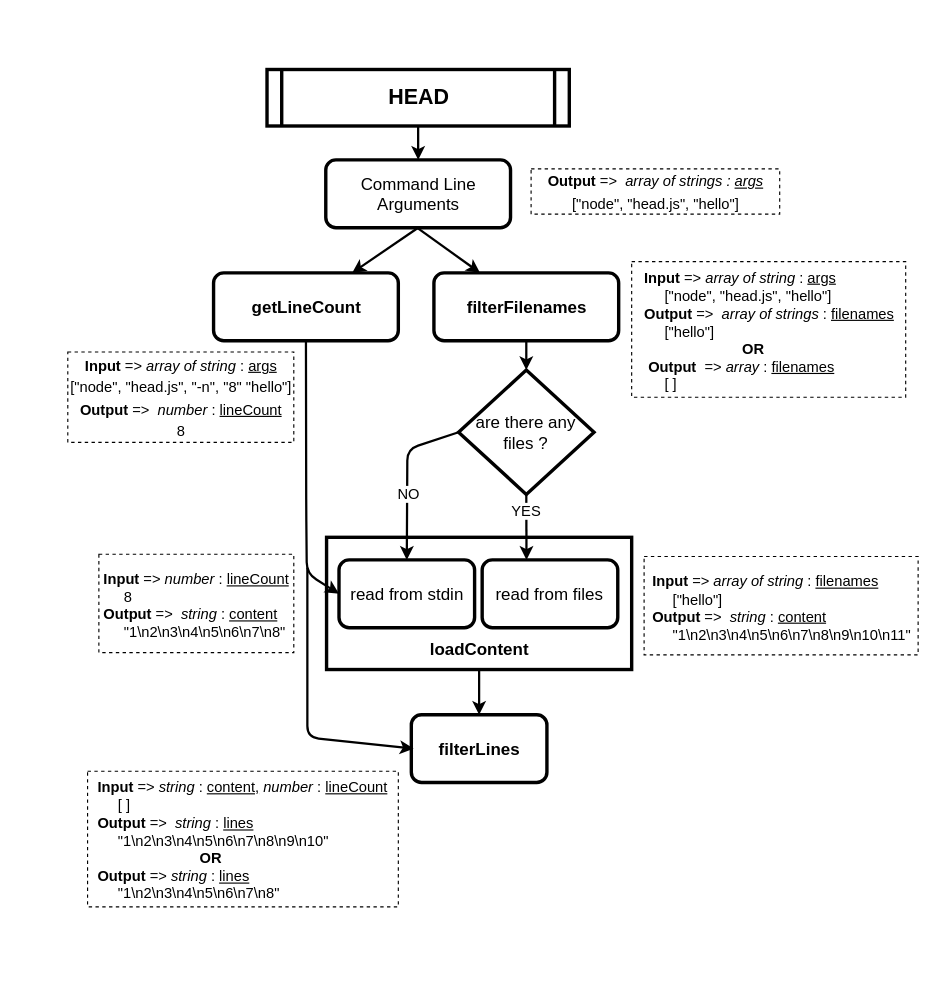
step-batch-7/jsTools-sukhiboi keeps this draw.io diagram as doc/head.drawio. Above is the earlier version. Source tidied: cells renumbered, new cells numbered last; positions are measured from the earlier drawing's top-left corner, leaving out a move shared by most shapes. Both pictures are drawn from the tidied source at 113%, with x=0, y=0 at pixel (67, 69).
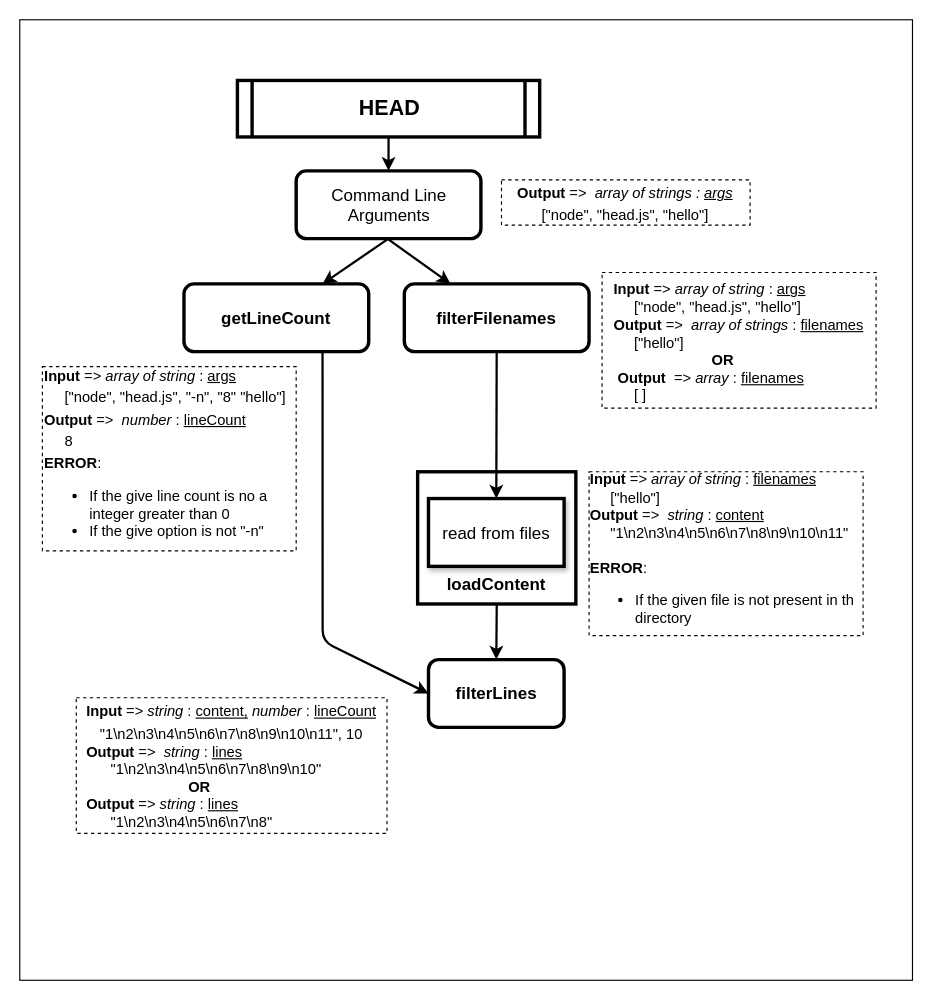
The same diagram, later.

What changed in the source:
```diff
@@
+    <mxCell id="29" style="rounded=0;whiteSpace=wrap;html=1;" parent="1" vertex="1">
+      <mxGeometry x="-42" y="-44" width="790" height="850" as="geometry" />
+    </mxCell>
     <mxCell id="2" value="HEAD" style="shape=process;whiteSpace=wrap;align=center;verticalAlign=middle;size=0.0475;fontStyle=1;strokeWidth=3;fillColor=#FFFFFF;fontSize=19;labelBorderColor=none;" parent="1" vertex="1">
-      <mxGeometry x="176.8" width="267.5" height="50" as="geometry" />
+      <mxGeometry x="150.6" y="9.7" width="267.5" height="50" as="geometry" />
     </mxCell>
@@
     <mxCell id="4" value="Command Line Arguments" style="rounded=1;whiteSpace=wrap;html=1;strokeWidth=3;fontSize=15;" parent="1" vertex="1">
-      <mxGeometry x="228.8" y="80" width="163.5" height="60" as="geometry" />
+      <mxGeometry x="202.6" y="89.7" width="163.5" height="60" as="geometry" />
     </mxCell>
     <mxCell id="5" value="&lt;b&gt;filterFilenames&lt;/b&gt;" style="rounded=1;whiteSpace=wrap;html=1;strokeWidth=3;fontSize=15;" parent="1" vertex="1">
-      <mxGeometry x="324.5" y="180" width="163.5" height="60" as="geometry" />
+      <mxGeometry x="298.3" y="189.7" width="163.5" height="60" as="geometry" />
     </mxCell>
     <mxCell id="6" value="&lt;b&gt;getLineCount&lt;/b&gt;" style="rounded=1;whiteSpace=wrap;html=1;strokeWidth=3;fontSize=15;" parent="1" vertex="1">
-      <mxGeometry x="129.5" y="180" width="163.5" height="60" as="geometry" />
+      <mxGeometry x="103.3" y="189.7" width="163.5" height="60" as="geometry" />
     </mxCell>
@@
     <mxCell id="8" style="endArrow=classic;html=1;fontSize=15;entryX=0.25;entryY=0;entryDx=0;entryDy=0;strokeWidth=2;" parent="1" edge="1" target="5">
       <mxGeometry relative="1" as="geometry">
-        <mxPoint x="309.5" y="140" as="sourcePoint" />
+        <mxPoint x="283.3" y="149.7" as="sourcePoint" />
       </mxGeometry>
     </mxCell>
-    <mxCell id="9" value="are there any files ?" style="rhombus;whiteSpace=wrap;html=1;strokeWidth=3;fontSize=15;" parent="1" vertex="1">
-      <mxGeometry x="346.3" y="266" width="119.9" height="110" as="geometry" />
-    </mxCell>
-    <mxCell id="10" style="endArrow=classic;html=1;fontSize=15;exitX=0.5;exitY=1;exitDx=0;exitDy=0;entryX=0.5;entryY=0;entryDx=0;entryDy=0;strokeWidth=2;" parent="1" edge="1" source="5" target="9">
-      <mxGeometry relative="1" as="geometry" />
-    </mxCell>
     <mxCell id="11" style="rounded=0;whiteSpace=wrap;html=1;strokeWidth=3;fontSize=15;" parent="1" vertex="1">
-      <mxGeometry x="229.5" y="414" width="270" height="117" as="geometry" />
+      <mxGeometry x="310.1" y="356" width="140" height="117" as="geometry" />
     </mxCell>
-    <mxCell id="12" value="read from stdin" style="rounded=1;whiteSpace=wrap;html=1;strokeWidth=3;fontSize=15;" parent="1" vertex="1">
-      <mxGeometry x="240.5" y="434" width="120" height="60" as="geometry" />
-    </mxCell>
-    <mxCell id="13" value="read from files" style="rounded=1;whiteSpace=wrap;html=1;strokeWidth=3;fontSize=15;" parent="1" vertex="1">
-      <mxGeometry x="367.2" y="434" width="120" height="60" as="geometry" />
+    <mxCell id="13" value="read from files" style="rounded=0;whiteSpace=wrap;html=1;strokeWidth=3;fontSize=15;glass=0;shadow=1;comic=0;" parent="1" vertex="1">
+      <mxGeometry x="319.7" y="379.7" width="120" height="60" as="geometry" />
     </mxCell>
-    <mxCell id="14" style="endArrow=classic;html=1;fontSize=15;exitX=0.5;exitY=1;exitDx=0;exitDy=0;entryX=0.327;entryY=0;entryDx=0;entryDy=0;entryPerimeter=0;strokeWidth=2;" parent="1" edge="1" source="9" target="13">
-      <mxGeometry relative="1" as="geometry" />
-    </mxCell>
-    <mxCell id="15" value="YES" style="text;html=1;align=center;verticalAlign=middle;labelBackgroundColor=#ffffff;fontSize=13;" parent="14" vertex="1">
-      <mxGeometry x="0.14" y="-1" relative="1" as="geometry">
-        <mxPoint y="-19" as="offset" />
-      </mxGeometry>
-    </mxCell>
-    <mxCell id="16" style="endArrow=classic;html=1;fontSize=15;exitX=0;exitY=0.5;exitDx=0;exitDy=0;entryX=0.5;entryY=0;entryDx=0;entryDy=0;strokeWidth=2;" parent="1" edge="1" source="9" target="12">
-      <mxGeometry relative="1" as="geometry">
-        <Array as="points">
-          <mxPoint x="301" y="336" />
-        </Array>
-      </mxGeometry>
-    </mxCell>
-    <mxCell id="17" value="NO" style="text;html=1;align=center;verticalAlign=middle;labelBackgroundColor=#ffffff;fontSize=13;" parent="16" vertex="1">
-      <mxGeometry x="0.22" y="1" relative="1" as="geometry">
-        <mxPoint y="-2" as="offset" />
-      </mxGeometry>
-    </mxCell>
-    <mxCell id="18" style="endArrow=classic;html=1;fontSize=15;exitX=0.5;exitY=1;exitDx=0;exitDy=0;entryX=0;entryY=0.5;entryDx=0;entryDy=0;strokeWidth=2;" parent="1" edge="1" source="6" target="12">
-      <mxGeometry relative="1" as="geometry">
-        <Array as="points">
-          <mxPoint x="211.5" y="390" />
-          <mxPoint x="212" y="446" />
-        </Array>
-      </mxGeometry>
-    </mxCell>
     <mxCell id="19" value="&lt;b&gt;filterLines&lt;/b&gt;" style="rounded=1;whiteSpace=wrap;html=1;strokeWidth=3;fontSize=15;" parent="1" vertex="1">
-      <mxGeometry x="304.5" y="571" width="120" height="60" as="geometry" />
+      <mxGeometry x="319.7" y="522.2" width="120" height="60" as="geometry" />
     </mxCell>
     <mxCell id="20" value="&lt;b&gt;&lt;font style=&quot;font-size: 15px&quot;&gt;loadContent&lt;/font&gt;&lt;/b&gt;" style="text;html=1;strokeColor=none;fillColor=none;align=center;verticalAlign=middle;whiteSpace=wrap;rounded=0;fontSize=16;" parent="1" vertex="1">
-      <mxGeometry x="344.5" y="503" width="40" height="20" as="geometry" />
+      <mxGeometry x="359.7" y="445" width="40" height="20" as="geometry" />
     </mxCell>
@@
     <mxCell id="22" value="&lt;font style=&quot;font-size: 13px&quot;&gt;&lt;b&gt;Output&lt;/b&gt; =&amp;gt;&amp;nbsp;&lt;i&gt; array of strings : &lt;u&gt;args&lt;/u&gt;&lt;/i&gt;&lt;br&gt;[&quot;node&quot;, &quot;head.js&quot;, &quot;hello&quot;]&lt;/font&gt;" style="text;html=1;strokeColor=#000000;fillColor=none;align=center;verticalAlign=middle;whiteSpace=wrap;rounded=0;fontSize=16;dashed=1;" parent="1" vertex="1">
-      <mxGeometry x="410.5" y="88" width="220" height="40" as="geometry" />
+      <mxGeometry x="384.3" y="97.7" width="220" height="40" as="geometry" />
     </mxCell>
     <mxCell id="23" value="&lt;div style=&quot;text-align: left&quot;&gt;&lt;b style=&quot;font-size: 13px&quot;&gt;Input&lt;/b&gt;&lt;span style=&quot;font-size: 13px&quot;&gt; =&amp;gt;&lt;/span&gt;&lt;i style=&quot;font-size: 13px&quot;&gt; array of string &lt;/i&gt;&lt;span style=&quot;font-size: 13px&quot;&gt;: &lt;u&gt;args&lt;/u&gt;&lt;/span&gt;&lt;/div&gt;&lt;font style=&quot;font-size: 13px&quot;&gt;&lt;div style=&quot;text-align: left&quot;&gt;&lt;span&gt;&amp;nbsp; &amp;nbsp; &amp;nbsp;[&quot;node&quot;, &quot;head.js&quot;, &quot;hello&quot;]&lt;/span&gt;&lt;/div&gt;&lt;span style=&quot;white-space: normal&quot;&gt;&lt;div style=&quot;text-align: left&quot;&gt;&lt;b&gt;Output&lt;/b&gt;&lt;span&gt; =&amp;gt;&amp;nbsp; &lt;/span&gt;&lt;i&gt;array of strings &lt;/i&gt;:&lt;i&gt;&amp;nbsp;&lt;/i&gt;&lt;u&gt;filenames&lt;/u&gt;&lt;/div&gt;&lt;div style=&quot;text-align: left&quot;&gt;&lt;span&gt;&lt;i&gt;&amp;nbsp; &amp;nbsp; &amp;nbsp;&lt;/i&gt;[&quot;hello&quot;]&lt;/span&gt;&lt;/div&gt;&lt;/span&gt;&lt;span style=&quot;white-space: normal&quot;&gt;&lt;div style=&quot;text-align: left&quot;&gt;&amp;nbsp; &amp;nbsp; &amp;nbsp; &amp;nbsp; &amp;nbsp; &amp;nbsp; &amp;nbsp; &amp;nbsp; &amp;nbsp; &amp;nbsp; &amp;nbsp; &amp;nbsp; &lt;b&gt;OR&lt;/b&gt;&lt;/div&gt;&lt;div style=&quot;text-align: left&quot;&gt;&amp;nbsp;&lt;b&gt;Output&lt;/b&gt;&amp;nbsp; =&amp;gt; &lt;i&gt;array &lt;/i&gt;: &lt;u&gt;filenames&lt;/u&gt;&lt;/div&gt;&lt;/span&gt;&lt;div style=&quot;text-align: left&quot;&gt;&lt;span&gt;&amp;nbsp; &amp;nbsp; &amp;nbsp;[ ]&lt;/span&gt;&lt;/div&gt;&lt;/font&gt;" style="rounded=0;whiteSpace=wrap;html=1;dashed=1;strokeColor=#000000;strokeWidth=1;fillColor=none;fontSize=16;" parent="1" vertex="1">
-      <mxGeometry x="499.5" y="170" width="242.5" height="120" as="geometry" />
+      <mxGeometry x="473.3" y="179.7" width="242.5" height="120" as="geometry" />
     </mxCell>
-    <mxCell id="24" value="&lt;font style=&quot;font-size: 13px&quot;&gt;&lt;span style=&quot;text-align: left ; white-space: normal&quot;&gt;&lt;b&gt;Input&lt;/b&gt; =&amp;gt; &lt;i&gt;array of string&lt;/i&gt; : &lt;u&gt;args&lt;/u&gt;&lt;/span&gt;&lt;br style=&quot;text-align: left ; white-space: normal&quot;&gt;&lt;span style=&quot;text-align: left ; white-space: normal&quot;&gt;[&quot;node&quot;, &quot;head.js&quot;, &quot;-n&quot;, &quot;8&quot; &quot;hello&quot;]&lt;/span&gt;&lt;br style=&quot;text-align: left ; white-space: normal&quot;&gt;&lt;span style=&quot;white-space: normal&quot;&gt;&lt;b&gt;Output&lt;/b&gt; =&amp;gt;&amp;nbsp; &lt;i&gt;number&lt;/i&gt; : &lt;u&gt;lineCount&lt;/u&gt;&lt;/span&gt;&lt;br style=&quot;white-space: normal&quot;&gt;8&lt;/font&gt;" style="rounded=0;whiteSpace=wrap;html=1;dashed=1;strokeColor=#000000;strokeWidth=1;fillColor=none;fontSize=16;" parent="1" vertex="1">
-      <mxGeometry x="0.5" y="250" width="200" height="80" as="geometry" />
+    <mxCell id="24" value="&lt;font style=&quot;font-size: 13px&quot;&gt;&lt;span style=&quot;white-space: normal&quot;&gt;&lt;b&gt;Input&lt;/b&gt; =&amp;gt; &lt;i&gt;array of string&lt;/i&gt; : &lt;u&gt;args&lt;/u&gt;&lt;/span&gt;&lt;br style=&quot;white-space: normal&quot;&gt;&lt;span style=&quot;white-space: normal&quot;&gt;&amp;nbsp; &amp;nbsp; &amp;nbsp;[&quot;node&quot;, &quot;head.js&quot;, &quot;-n&quot;, &quot;8&quot; &quot;hello&quot;]&lt;/span&gt;&lt;br style=&quot;white-space: normal&quot;&gt;&lt;span style=&quot;white-space: normal&quot;&gt;&lt;b&gt;Output&lt;/b&gt; =&amp;gt;&amp;nbsp; &lt;i&gt;number&lt;/i&gt; : &lt;u&gt;lineCount&lt;/u&gt;&lt;/span&gt;&lt;br style=&quot;white-space: normal&quot;&gt;&amp;nbsp; &amp;nbsp; &amp;nbsp;8&lt;br&gt;&lt;b&gt;ERROR&lt;/b&gt;:&amp;nbsp;&lt;br&gt;&lt;ul&gt;&lt;li&gt;&lt;font style=&quot;font-size: 13px&quot;&gt;If the give line count is no a integer greater than 0&lt;/font&gt;&lt;/li&gt;&lt;li&gt;If the give option is not &quot;-n&quot;&lt;/li&gt;&lt;/ul&gt;&lt;/font&gt;" style="rounded=0;whiteSpace=wrap;html=1;dashed=1;strokeColor=#000000;strokeWidth=1;fillColor=none;fontSize=16;align=left;" parent="1" vertex="1">
+      <mxGeometry x="-22" y="263" width="224.6" height="163" as="geometry" />
     </mxCell>
-    <mxCell id="25" value="&lt;div style=&quot;text-align: left&quot;&gt;&lt;b style=&quot;font-size: 13px&quot;&gt;Input&lt;/b&gt;&lt;span style=&quot;font-size: 13px&quot;&gt; =&amp;gt;&lt;/span&gt;&lt;i style=&quot;font-size: 13px&quot;&gt; array of string &lt;/i&gt;&lt;span style=&quot;font-size: 13px&quot;&gt;: &lt;u&gt;filenames&lt;/u&gt;&lt;/span&gt;&lt;/div&gt;&lt;font style=&quot;font-size: 13px&quot;&gt;&lt;div style=&quot;text-align: left&quot;&gt;&lt;span&gt;&amp;nbsp; &amp;nbsp; &amp;nbsp;[&quot;hello&quot;]&lt;/span&gt;&lt;/div&gt;&lt;span style=&quot;white-space: normal&quot;&gt;&lt;div style=&quot;text-align: left&quot;&gt;&lt;b&gt;Output&lt;/b&gt;&lt;span&gt; =&amp;gt;&amp;nbsp;&lt;/span&gt;&lt;i&gt;&amp;nbsp;string&amp;nbsp;&lt;/i&gt;:&lt;i&gt;&amp;nbsp;&lt;/i&gt;&lt;u&gt;content&lt;/u&gt;&lt;/div&gt;&lt;div style=&quot;text-align: left&quot;&gt;&amp;nbsp; &amp;nbsp; &amp;nbsp;&quot;1\n2\n3\n4\n5\n6\n7\n8\n9\n10\n11&quot;&lt;/div&gt;&lt;/span&gt;&lt;/font&gt;" style="rounded=0;whiteSpace=wrap;html=1;dashed=1;strokeColor=#000000;strokeWidth=1;fillColor=none;fontSize=16;" parent="1" vertex="1">
-      <mxGeometry x="510.5" y="431" width="242.5" height="87" as="geometry" />
+    <mxCell id="25" value="&lt;div style=&quot;text-align: left&quot;&gt;&lt;b style=&quot;font-size: 13px&quot;&gt;Input&lt;/b&gt;&lt;span style=&quot;font-size: 13px&quot;&gt; =&amp;gt;&lt;/span&gt;&lt;i style=&quot;font-size: 13px&quot;&gt; array of string &lt;/i&gt;&lt;span style=&quot;font-size: 13px&quot;&gt;: &lt;u&gt;filenames&lt;/u&gt;&lt;/span&gt;&lt;/div&gt;&lt;font style=&quot;font-size: 13px&quot;&gt;&lt;div style=&quot;text-align: left&quot;&gt;&lt;span&gt;&amp;nbsp; &amp;nbsp; &amp;nbsp;[&quot;hello&quot;]&lt;/span&gt;&lt;/div&gt;&lt;span style=&quot;white-space: normal&quot;&gt;&lt;div style=&quot;text-align: left&quot;&gt;&lt;b&gt;Output&lt;/b&gt;&lt;span&gt; =&amp;gt;&amp;nbsp;&lt;/span&gt;&lt;i&gt;&amp;nbsp;string&amp;nbsp;&lt;/i&gt;:&lt;i&gt;&amp;nbsp;&lt;/i&gt;&lt;u&gt;content&lt;/u&gt;&lt;/div&gt;&lt;div style=&quot;text-align: left&quot;&gt;&amp;nbsp; &amp;nbsp; &amp;nbsp;&quot;1\n2\n3\n4\n5\n6\n7\n8\n9\n10\n11&quot;&lt;/div&gt;&lt;div style=&quot;text-align: left&quot;&gt;&lt;b&gt;&lt;br class=&quot;Apple-interchange-newline&quot;&gt;ERROR&lt;/b&gt;:&amp;nbsp;&lt;br&gt;&lt;ul&gt;&lt;li&gt;If the given file is not present in th directory&lt;/li&gt;&lt;/ul&gt;&lt;/div&gt;&lt;/span&gt;&lt;/font&gt;" style="rounded=0;whiteSpace=wrap;html=1;dashed=1;strokeColor=#000000;strokeWidth=1;fillColor=none;fontSize=16;" parent="1" vertex="1">
+      <mxGeometry x="461.8" y="356" width="242.5" height="145" as="geometry" />
     </mxCell>
-    <mxCell id="26" value="&lt;div style=&quot;text-align: left&quot;&gt;&lt;b style=&quot;font-size: 13px&quot;&gt;Input&lt;/b&gt;&lt;span style=&quot;font-size: 13px&quot;&gt; =&amp;gt;&lt;/span&gt;&lt;i style=&quot;font-size: 13px&quot;&gt; number&amp;nbsp;&lt;/i&gt;&lt;span style=&quot;font-size: 13px&quot;&gt;: &lt;u&gt;lineCount&lt;/u&gt;&lt;/span&gt;&lt;/div&gt;&lt;font style=&quot;font-size: 13px&quot;&gt;&lt;div style=&quot;text-align: left&quot;&gt;&lt;span&gt;&amp;nbsp; &amp;nbsp; &amp;nbsp;8&lt;/span&gt;&lt;/div&gt;&lt;span style=&quot;white-space: normal&quot;&gt;&lt;div style=&quot;text-align: left&quot;&gt;&lt;b&gt;Output&lt;/b&gt;&lt;span&gt; =&amp;gt;&amp;nbsp;&lt;/span&gt;&lt;i&gt;&amp;nbsp;string&amp;nbsp;&lt;/i&gt;:&lt;i&gt;&amp;nbsp;&lt;/i&gt;&lt;u&gt;content&lt;/u&gt;&lt;/div&gt;&lt;div style=&quot;text-align: left&quot;&gt;&amp;nbsp; &amp;nbsp; &amp;nbsp;&quot;1\n2\n3\n4\n5\n6\n7\n8&quot;&lt;/div&gt;&lt;/span&gt;&lt;/font&gt;" style="rounded=0;whiteSpace=wrap;html=1;dashed=1;strokeColor=#000000;strokeWidth=1;fillColor=none;fontSize=16;" parent="1" vertex="1">
-      <mxGeometry x="28" y="429" width="172.5" height="87" as="geometry" />
-    </mxCell>
-    <mxCell id="27" style="endArrow=classic;html=1;fontSize=16;entryX=0;entryY=0.5;entryDx=0;entryDy=0;strokeWidth=2;" parent="1" edge="1">
+    <mxCell id="27" style="endArrow=classic;html=1;fontSize=16;entryX=0;entryY=0.5;entryDx=0;entryDy=0;strokeWidth=2;exitX=0.75;exitY=1;exitDx=0;exitDy=0;" parent="1" edge="1" source="6" target="19">
       <mxGeometry relative="1" as="geometry">
-        <mxPoint x="212.5" y="441" as="sourcePoint" />
-        <mxPoint x="306.5" y="601" as="targetPoint" />
         <Array as="points">
-          <mxPoint x="212.5" y="591" />
+          <mxPoint x="226" y="506" />
         </Array>
       </mxGeometry>
     </mxCell>
-    <mxCell id="28" value="&lt;div style=&quot;text-align: left&quot;&gt;&lt;b style=&quot;font-size: 13px&quot;&gt;Input&lt;/b&gt;&lt;span style=&quot;font-size: 13px&quot;&gt; =&amp;gt;&lt;/span&gt;&lt;i style=&quot;font-size: 13px&quot;&gt; string&amp;nbsp;&lt;/i&gt;&lt;span style=&quot;font-size: 13px&quot;&gt;: &lt;u&gt;content,&lt;/u&gt;&amp;nbsp;&lt;i&gt;number&lt;/i&gt;&amp;nbsp;: &lt;u&gt;lineCount&lt;/u&gt;&lt;/span&gt;&lt;/div&gt;&lt;font style=&quot;font-size: 13px&quot;&gt;&lt;div style=&quot;text-align: left&quot;&gt;&lt;span&gt;&amp;nbsp; &amp;nbsp; &amp;nbsp;[ ]&lt;/span&gt;&lt;/div&gt;&lt;span style=&quot;white-space: normal&quot;&gt;&lt;div style=&quot;text-align: left&quot;&gt;&lt;b&gt;Output&lt;/b&gt;&lt;span&gt; =&amp;gt;&amp;nbsp;&lt;/span&gt;&lt;i&gt;&amp;nbsp;string&amp;nbsp;&lt;/i&gt;:&lt;i&gt;&amp;nbsp;&lt;/i&gt;&lt;u&gt;lines&lt;/u&gt;&lt;/div&gt;&lt;div style=&quot;text-align: left&quot;&gt;&amp;nbsp; &amp;nbsp; &amp;nbsp;&quot;1\n2\n3\n4\n5\n6\n7\n8\n9\n10&quot;&lt;/div&gt;&lt;div style=&quot;text-align: left&quot;&gt;&amp;nbsp; &amp;nbsp; &amp;nbsp; &amp;nbsp; &amp;nbsp; &amp;nbsp; &amp;nbsp; &amp;nbsp; &amp;nbsp; &amp;nbsp; &amp;nbsp; &amp;nbsp; &amp;nbsp;&lt;b&gt;OR&lt;/b&gt;&lt;/div&gt;&lt;div style=&quot;text-align: left&quot;&gt;&lt;b&gt;Output &lt;/b&gt;=&amp;gt; &lt;i&gt;string &lt;/i&gt;: &lt;u&gt;lines&lt;/u&gt;&lt;/div&gt;&lt;div style=&quot;text-align: left&quot;&gt;&amp;nbsp; &amp;nbsp; &amp;nbsp;&quot;1\n2\n3\n4\n5\n6\n7\n8&quot;&lt;/div&gt;&lt;/span&gt;&lt;/font&gt;" style="rounded=0;whiteSpace=wrap;html=1;dashed=1;strokeColor=#000000;strokeWidth=1;fillColor=none;fontSize=16;" parent="1" vertex="1">
-      <mxGeometry x="18" y="621" width="275" height="120" as="geometry" />
+    <mxCell id="28" value="&lt;div style=&quot;text-align: left&quot;&gt;&lt;b style=&quot;font-size: 13px&quot;&gt;Input&lt;/b&gt;&lt;span style=&quot;font-size: 13px&quot;&gt; =&amp;gt;&lt;/span&gt;&lt;i style=&quot;font-size: 13px&quot;&gt; string&amp;nbsp;&lt;/i&gt;&lt;span style=&quot;font-size: 13px&quot;&gt;: &lt;u&gt;content,&lt;/u&gt;&amp;nbsp;&lt;i&gt;number&lt;/i&gt;&amp;nbsp;: &lt;u&gt;lineCount&lt;/u&gt;&lt;/span&gt;&lt;/div&gt;&lt;font style=&quot;font-size: 13px&quot;&gt;&lt;span style=&quot;text-align: left&quot;&gt;&quot;1\n2\n3\n4\n5\n6\n7\n8\n9\n10\n11&quot;, 10&lt;/span&gt;&lt;span style=&quot;white-space: normal&quot;&gt;&lt;div style=&quot;text-align: left&quot;&gt;&lt;b&gt;Output&lt;/b&gt;&lt;span&gt; =&amp;gt;&amp;nbsp;&lt;/span&gt;&lt;i&gt;&amp;nbsp;string&amp;nbsp;&lt;/i&gt;:&lt;i&gt;&amp;nbsp;&lt;/i&gt;&lt;u&gt;lines&lt;/u&gt;&lt;/div&gt;&lt;div style=&quot;text-align: left&quot;&gt;&amp;nbsp; &amp;nbsp; &amp;nbsp; &quot;1\n2\n3\n4\n5\n6\n7\n8\n9\n10&quot;&lt;/div&gt;&lt;div style=&quot;text-align: left&quot;&gt;&amp;nbsp; &amp;nbsp; &amp;nbsp; &amp;nbsp; &amp;nbsp; &amp;nbsp; &amp;nbsp; &amp;nbsp; &amp;nbsp; &amp;nbsp; &amp;nbsp; &amp;nbsp; &amp;nbsp;&lt;b&gt;OR&lt;/b&gt;&lt;/div&gt;&lt;div style=&quot;text-align: left&quot;&gt;&lt;b&gt;Output &lt;/b&gt;=&amp;gt; &lt;i&gt;string &lt;/i&gt;: &lt;u&gt;lines&lt;/u&gt;&lt;/div&gt;&lt;div style=&quot;text-align: left&quot;&gt;&amp;nbsp; &amp;nbsp; &amp;nbsp; &quot;1\n2\n3\n4\n5\n6\n7\n8&quot;&lt;/div&gt;&lt;/span&gt;&lt;/font&gt;" style="rounded=0;whiteSpace=wrap;html=1;dashed=1;strokeColor=#000000;strokeWidth=1;fillColor=none;fontSize=16;" parent="1" vertex="1">
+      <mxGeometry x="8" y="556" width="275" height="120" as="geometry" />
     </mxCell>
+    <mxCell id="10" style="endArrow=classic;html=1;fontSize=15;exitX=0.5;exitY=1;exitDx=0;exitDy=0;entryX=0.5;entryY=0;entryDx=0;entryDy=0;strokeWidth=2;" parent="1" edge="1" source="5" target="13">
+      <mxGeometry relative="1" as="geometry" />
+    </mxCell>
```
